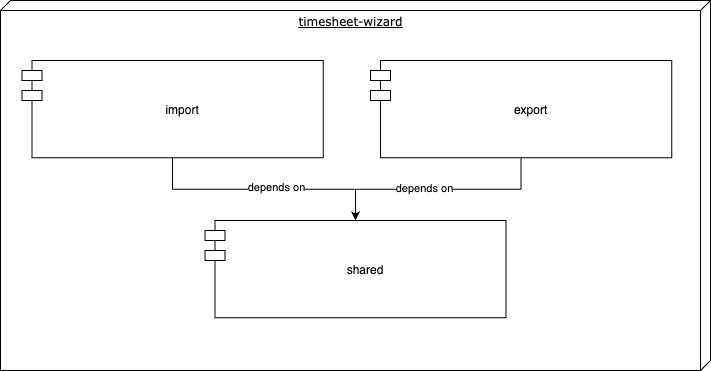
Earlier version of the draw.io export docs/assets/static-level-1.drawio.png (tinohertlein/timesheet-wizard). Source tidied: cells renumbered, new cells last; positions are measured from the earlier drawing's top-left corner, leaving out a move shared by most shapes.
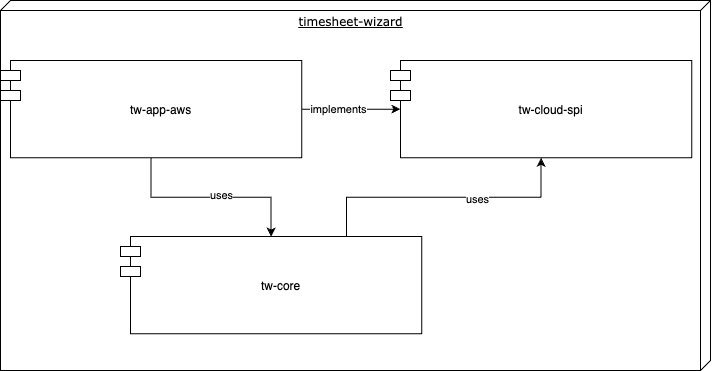
After the change.

Diff of the diagram source:
```diff
@@ -11,23 +11,29 @@
     <mxCell id="4" style="edgeStyle=orthogonalEdgeStyle;rounded=0;jettySize=auto;html=1;" parent="2" edge="1" source="6" target="10">
       <mxGeometry relative="1" as="geometry" />
     </mxCell>
-    <mxCell id="5" value="depends on" style="edgeLabel;html=1;align=center;verticalAlign=middle;" parent="4" vertex="1">
+    <mxCell id="5" value="uses" style="edgeLabel;html=1;align=center;verticalAlign=middle;" parent="4" vertex="1">
       <mxGeometry x="0.1" y="2" relative="1" as="geometry" />
     </mxCell>
+    <mxCell id="11" style="edgeStyle=orthogonalEdgeStyle;rounded=0;jettySize=auto;html=1;entryX=0;entryY=0.5;entryDx=10;entryDy=0;entryPerimeter=0;" parent="2" edge="1" source="6" target="9">
+      <mxGeometry relative="1" as="geometry" />
+    </mxCell>
+    <mxCell id="12" value="implements" style="edgeLabel;html=1;align=center;verticalAlign=middle;" parent="11" vertex="1">
+      <mxGeometry x="-0.27" relative="1" as="geometry" />
+    </mxCell>
-    <mxCell id="6" value="import" style="shape=module;align=left;spacingLeft=20;align=center;verticalAlign=middle;" parent="2" vertex="1">
-      <mxGeometry x="21.5" y="60" width="301.2" height="97.4" as="geometry" />
+    <mxCell id="6" value="tw-app-aws" style="shape=module;align=left;spacingLeft=20;align=center;verticalAlign=middle;" parent="2" vertex="1">
+      <mxGeometry y="60" width="301.2" height="97.4" as="geometry" />
     </mxCell>
-    <mxCell id="7" style="edgeStyle=orthogonalEdgeStyle;rounded=0;jettySize=auto;html=1;" parent="2" edge="1" source="9" target="10">
-      <mxGeometry relative="1" as="geometry" />
-    </mxCell>
-    <mxCell id="8" value="depends on" style="edgeLabel;html=1;align=center;verticalAlign=middle;" parent="7" vertex="1">
-      <mxGeometry x="0.12" y="-1" relative="1" as="geometry" />
-    </mxCell>
-    <mxCell id="9" value="export" style="shape=module;align=left;spacingLeft=20;align=center;verticalAlign=middle;" parent="2" vertex="1">
-      <mxGeometry x="370" y="60" width="301.2" height="97.4" as="geometry" />
+    <mxCell id="9" value="tw-cloud-spi" style="shape=module;align=left;spacingLeft=20;align=center;verticalAlign=middle;" parent="2" vertex="1">
+      <mxGeometry x="390" y="60" width="301.2" height="97.4" as="geometry" />
     </mxCell>
+    <mxCell id="13" style="edgeStyle=orthogonalEdgeStyle;rounded=0;jettySize=auto;html=1;exitX=0.75;exitY=0;exitDx=0;exitDy=0;entryX=0.5;entryY=1;entryDx=0;entryDy=0;" parent="2" edge="1" source="10" target="9">
+      <mxGeometry relative="1" as="geometry" />
+    </mxCell>
+    <mxCell id="14" value="uses" style="edgeLabel;html=1;align=center;verticalAlign=middle;" parent="13" vertex="1">
+      <mxGeometry x="0.25" y="-2" relative="1" as="geometry" />
+    </mxCell>
-    <mxCell id="10" value="shared" style="shape=module;align=left;spacingLeft=20;align=center;verticalAlign=middle;" parent="2" vertex="1">
-      <mxGeometry x="204.4" y="220" width="301.2" height="97.4" as="geometry" />
+    <mxCell id="10" value="tw-core" style="shape=module;align=left;spacingLeft=20;align=center;verticalAlign=middle;" parent="2" vertex="1">
+      <mxGeometry x="120" y="236" width="301.2" height="97.4" as="geometry" />
     </mxCell>
   </root>
 </mxGraphModel>
```
